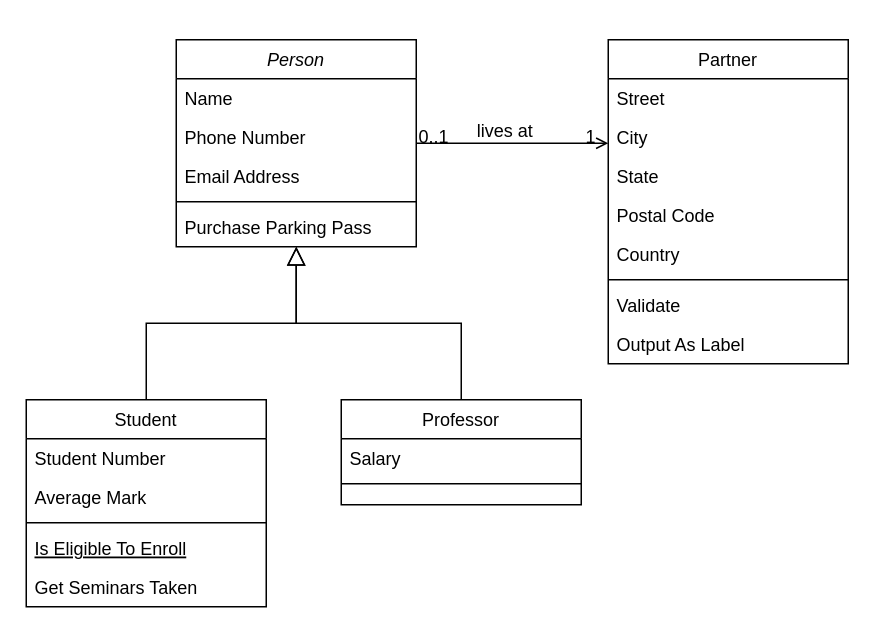
Before: Diagrama sin título.drawio in warydiaz/estudioPosgrado, a draw.io diagram. Source tidied: cells renumbered, new cells numbered last; positions are measured from the earlier drawing's top-left corner, leaving out a move shared by most shapes. Both pictures are drawn from the tidied source at 150%, with x=0, y=0 at pixel (26, 39).
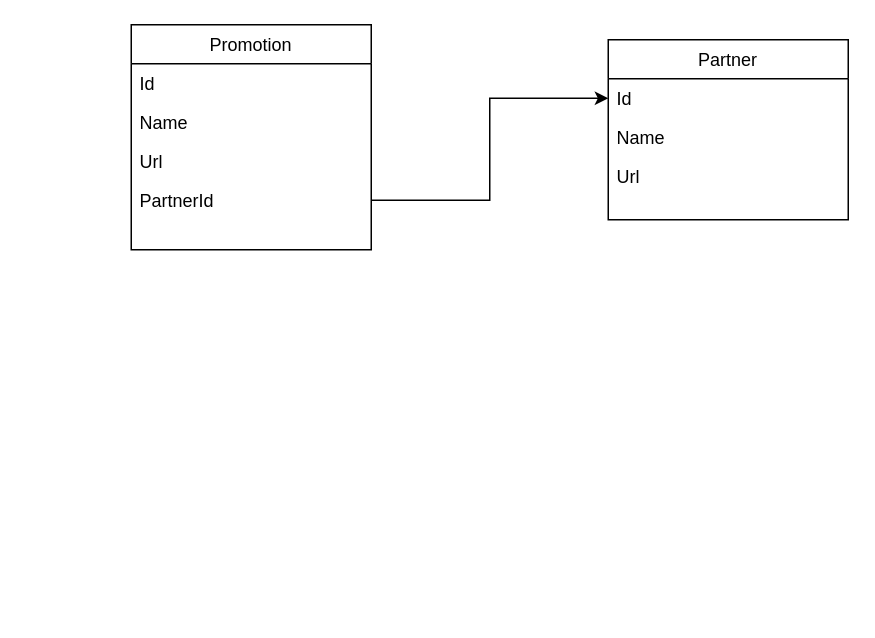
The same page after the edit.

The edit, as a diff of the source:
```diff
@@
-    <mxCell id="2" value="Person" style="swimlane;fontStyle=2;align=center;verticalAlign=top;horizontal=1;startSize=26;rounded=0;shadow=0;strokeWidth=1;" parent="1" vertex="1">
-      <mxGeometry x="100" width="160" height="138" as="geometry" />
-    </mxCell>
-    <mxCell id="3" value="Name" style="text;align=left;verticalAlign=top;spacingLeft=4;spacingRight=4;overflow=hidden;" parent="2" vertex="1">
-      <mxGeometry y="26" width="160" height="26" as="geometry" />
-    </mxCell>
-    <mxCell id="4" value="Phone Number" style="text;align=left;verticalAlign=top;spacingLeft=4;spacingRight=4;overflow=hidden;rounded=0;shadow=0;html=0;" parent="2" vertex="1">
-      <mxGeometry y="52" width="160" height="26" as="geometry" />
-    </mxCell>
-    <mxCell id="5" value="Email Address" style="text;align=left;verticalAlign=top;spacingLeft=4;spacingRight=4;overflow=hidden;rounded=0;shadow=0;html=0;" parent="2" vertex="1">
-      <mxGeometry y="78" width="160" height="26" as="geometry" />
-    </mxCell>
-    <mxCell id="6" style="line;html=1;strokeWidth=1;align=left;verticalAlign=middle;spacingTop=-1;spacingLeft=3;spacingRight=3;labelPosition=right;" parent="2" vertex="1">
-      <mxGeometry y="104" width="160" height="8" as="geometry" />
-    </mxCell>
-    <mxCell id="7" value="Purchase Parking Pass" style="text;align=left;verticalAlign=top;spacingLeft=4;spacingRight=4;overflow=hidden;" parent="2" vertex="1">
-      <mxGeometry y="112" width="160" height="26" as="geometry" />
-    </mxCell>
-    <mxCell id="8" value="Student" style="swimlane;fontStyle=0;align=center;verticalAlign=top;horizontal=1;startSize=26;rounded=0;shadow=0;strokeWidth=1;" parent="1" vertex="1">
-      <mxGeometry y="240" width="160" height="138" as="geometry" />
-    </mxCell>
-    <mxCell id="9" value="Student Number" style="text;align=left;verticalAlign=top;spacingLeft=4;spacingRight=4;overflow=hidden;" parent="8" vertex="1">
-      <mxGeometry y="26" width="160" height="26" as="geometry" />
-    </mxCell>
-    <mxCell id="10" value="Average Mark" style="text;align=left;verticalAlign=top;spacingLeft=4;spacingRight=4;overflow=hidden;rounded=0;shadow=0;html=0;" parent="8" vertex="1">
-      <mxGeometry y="52" width="160" height="26" as="geometry" />
-    </mxCell>
-    <mxCell id="11" style="line;html=1;strokeWidth=1;align=left;verticalAlign=middle;spacingTop=-1;spacingLeft=3;spacingRight=3;labelPosition=right;" parent="8" vertex="1">
-      <mxGeometry y="78" width="160" height="8" as="geometry" />
-    </mxCell>
-    <mxCell id="12" value="Is Eligible To Enroll" style="text;align=left;verticalAlign=top;spacingLeft=4;spacingRight=4;overflow=hidden;fontStyle=4;" parent="8" vertex="1">
-      <mxGeometry y="86" width="160" height="26" as="geometry" />
-    </mxCell>
-    <mxCell id="13" value="Get Seminars Taken" style="text;align=left;verticalAlign=top;spacingLeft=4;spacingRight=4;overflow=hidden;" parent="8" vertex="1">
-      <mxGeometry y="112" width="160" height="26" as="geometry" />
-    </mxCell>
-    <mxCell id="14" style="endArrow=block;endSize=10;endFill=0;shadow=0;strokeWidth=1;rounded=0;edgeStyle=elbowEdgeStyle;elbow=vertical;" parent="1" edge="1" source="8" target="2">
-      <mxGeometry relative="1" as="geometry" />
-    </mxCell>
-    <mxCell id="15" value="Professor" style="swimlane;fontStyle=0;align=center;verticalAlign=top;horizontal=1;startSize=26;rounded=0;shadow=0;strokeWidth=1;" parent="1" vertex="1">
-      <mxGeometry x="210" y="240" width="160" height="70" as="geometry" />
-    </mxCell>
-    <mxCell id="16" value="Salary" style="text;align=left;verticalAlign=top;spacingLeft=4;spacingRight=4;overflow=hidden;" parent="15" vertex="1">
-      <mxGeometry y="26" width="160" height="26" as="geometry" />
-    </mxCell>
-    <mxCell id="17" style="line;html=1;strokeWidth=1;align=left;verticalAlign=middle;spacingTop=-1;spacingLeft=3;spacingRight=3;labelPosition=right;" parent="15" vertex="1">
-      <mxGeometry y="52" width="160" height="8" as="geometry" />
-    </mxCell>
-    <mxCell id="18" style="endArrow=block;endSize=10;endFill=0;shadow=0;strokeWidth=1;rounded=0;edgeStyle=elbowEdgeStyle;elbow=vertical;" parent="1" edge="1" source="15" target="2">
-      <mxGeometry relative="1" as="geometry" />
-    </mxCell>
     <mxCell id="19" value="Partner" style="swimlane;fontStyle=0;align=center;verticalAlign=top;horizontal=1;startSize=26;rounded=0;shadow=0;strokeWidth=1;" parent="1" vertex="1">
-      <mxGeometry x="388" width="160" height="216" as="geometry" />
+      <mxGeometry x="388" width="160" height="120" as="geometry" />
     </mxCell>
-    <mxCell id="20" value="Street" style="text;align=left;verticalAlign=top;spacingLeft=4;spacingRight=4;overflow=hidden;points=[[0,0.5],[1,0.5]];portConstraint=eastwest;" parent="19" vertex="1">
+    <mxCell id="20" value="Id" style="text;align=left;verticalAlign=top;spacingLeft=4;spacingRight=4;overflow=hidden;points=[[0,0.5],[1,0.5]];portConstraint=eastwest;" parent="19" vertex="1">
       <mxGeometry y="26" width="160" height="26" as="geometry" />
     </mxCell>
-    <mxCell id="21" value="City" style="text;align=left;verticalAlign=top;spacingLeft=4;spacingRight=4;overflow=hidden;rounded=0;shadow=0;html=0;" parent="19" vertex="1">
+    <mxCell id="21" value="Name" style="text;align=left;verticalAlign=top;spacingLeft=4;spacingRight=4;overflow=hidden;rounded=0;shadow=0;html=0;" parent="19" vertex="1">
       <mxGeometry y="52" width="160" height="26" as="geometry" />
     </mxCell>
-    <mxCell id="22" value="State" style="text;align=left;verticalAlign=top;spacingLeft=4;spacingRight=4;overflow=hidden;rounded=0;shadow=0;html=0;" parent="19" vertex="1">
+    <mxCell id="22" value="Url" style="text;align=left;verticalAlign=top;spacingLeft=4;spacingRight=4;overflow=hidden;rounded=0;shadow=0;html=0;" parent="19" vertex="1">
       <mxGeometry y="78" width="160" height="26" as="geometry" />
     </mxCell>
-    <mxCell id="23" value="Postal Code" style="text;align=left;verticalAlign=top;spacingLeft=4;spacingRight=4;overflow=hidden;rounded=0;shadow=0;html=0;" parent="19" vertex="1">
-      <mxGeometry y="104" width="160" height="26" as="geometry" />
-    </mxCell>
-    <mxCell id="24" value="Country" style="text;align=left;verticalAlign=top;spacingLeft=4;spacingRight=4;overflow=hidden;rounded=0;shadow=0;html=0;" parent="19" vertex="1">
-      <mxGeometry y="130" width="160" height="26" as="geometry" />
-    </mxCell>
-    <mxCell id="25" style="line;html=1;strokeWidth=1;align=left;verticalAlign=middle;spacingTop=-1;spacingLeft=3;spacingRight=3;labelPosition=right;" parent="19" vertex="1">
-      <mxGeometry y="156" width="160" height="8" as="geometry" />
-    </mxCell>
-    <mxCell id="26" value="Validate" style="text;align=left;verticalAlign=top;spacingLeft=4;spacingRight=4;overflow=hidden;" parent="19" vertex="1">
-      <mxGeometry y="164" width="160" height="26" as="geometry" />
-    </mxCell>
-    <mxCell id="27" value="Output As Label" style="text;align=left;verticalAlign=top;spacingLeft=4;spacingRight=4;overflow=hidden;" parent="19" vertex="1">
-      <mxGeometry y="190" width="160" height="26" as="geometry" />
-    </mxCell>
-    <mxCell id="28" style="endArrow=open;shadow=0;strokeWidth=1;rounded=0;endFill=1;edgeStyle=elbowEdgeStyle;elbow=vertical;" parent="1" edge="1" source="2" target="19">
-      <mxGeometry x="0.5" y="41" relative="1" as="geometry">
-        <mxPoint x="-40" y="32" as="offset" />
-      </mxGeometry>
-    </mxCell>
-    <mxCell id="29" value="0..1" style="align=left;verticalAlign=bottom;labelBackgroundColor=none;fontSize=12;" parent="28" vertex="1">
-      <mxGeometry x="-1" relative="1" as="geometry">
-        <mxPoint y="4" as="offset" />
-      </mxGeometry>
-    </mxCell>
-    <mxCell id="30" value="1" style="align=right;verticalAlign=bottom;labelBackgroundColor=none;fontSize=12;" parent="28" vertex="1">
-      <mxGeometry x="1" relative="1" as="geometry">
-        <mxPoint x="-7" y="4" as="offset" />
-      </mxGeometry>
-    </mxCell>
-    <mxCell id="31" value="lives at" style="text;html=1;align=center;verticalAlign=middle;labelBackgroundColor=none;rounded=0;shadow=0;strokeWidth=1;fontSize=12;" parent="28" vertex="1">
-      <mxGeometry x="0.5" y="49" relative="1" as="geometry">
-        <mxPoint x="-38" y="40" as="offset" />
-      </mxGeometry>
-    </mxCell>
+    <mxCell id="32" value="Promotion" style="swimlane;fontStyle=0;align=center;verticalAlign=top;horizontal=1;startSize=26;rounded=0;shadow=0;strokeWidth=1;" parent="1" vertex="1">
+      <mxGeometry x="70" y="-10" width="160" height="150" as="geometry" />
+    </mxCell>
+    <mxCell id="33" value="Id" style="text;align=left;verticalAlign=top;spacingLeft=4;spacingRight=4;overflow=hidden;" parent="32" vertex="1">
+      <mxGeometry y="26" width="160" height="26" as="geometry" />
+    </mxCell>
+    <mxCell id="3" value="Name" style="text;align=left;verticalAlign=top;spacingLeft=4;spacingRight=4;overflow=hidden;rounded=0;shadow=0;html=0;" parent="32" vertex="1">
+      <mxGeometry y="52" width="160" height="26" as="geometry" />
+    </mxCell>
+    <mxCell id="34" value="Url" style="text;align=left;verticalAlign=top;spacingLeft=4;spacingRight=4;overflow=hidden;rounded=0;shadow=0;html=0;" parent="32" vertex="1">
+      <mxGeometry y="78" width="160" height="26" as="geometry" />
+    </mxCell>
+    <mxCell id="35" value="PartnerId" style="text;align=left;verticalAlign=top;spacingLeft=4;spacingRight=4;overflow=hidden;points=[[0,0.5],[1,0.5]];portConstraint=eastwest;rounded=0;shadow=0;html=0;" parent="32" vertex="1">
+      <mxGeometry y="104" width="160" height="26" as="geometry" />
+    </mxCell>
+    <mxCell id="36" style="edgeStyle=orthogonalEdgeStyle;rounded=0;jettySize=auto;html=1;" parent="1" edge="1" source="35" target="20">
+      <mxGeometry relative="1" as="geometry" />
+    </mxCell>
```
